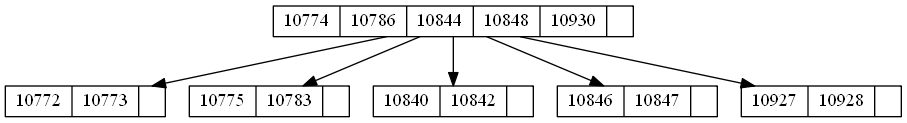
Guillermo-O-C/EDD_1S20200_PY2_201801366 keeps this Graphviz diagram as Graphics/Informativos.png. Above is the earlier version. Its source is kept beside it as TextFiles/Informativos.dot.
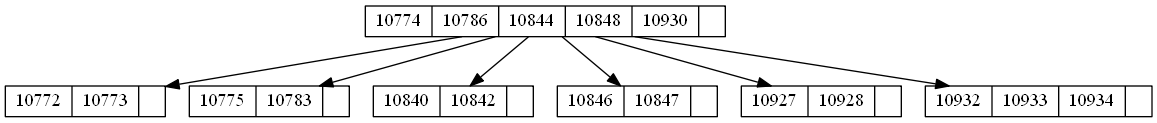
The same diagram one commit later.

The edit, as a diff of the source:
```diff
@@ -4,10 +4,12 @@
 10774->10840;
 10774->10846;
 10774->10927;
+10774->10932;
 10774[label = "<f0>10774|<f1>10786|<f2>10844|<f3>10848|<f4>10930|"];
 10772[label = "<f0>10772|<f1>10773|"];
 10775[label = "<f0>10775|<f1>10783|"];
 10840[label = "<f0>10840|<f1>10842|"];
 10846[label = "<f0>10846|<f1>10847|"];
 10927[label = "<f0>10927|<f1>10928|"];
+10932[label = "<f0>10932|<f1>10933|<f2>10934|"];
 }
```
